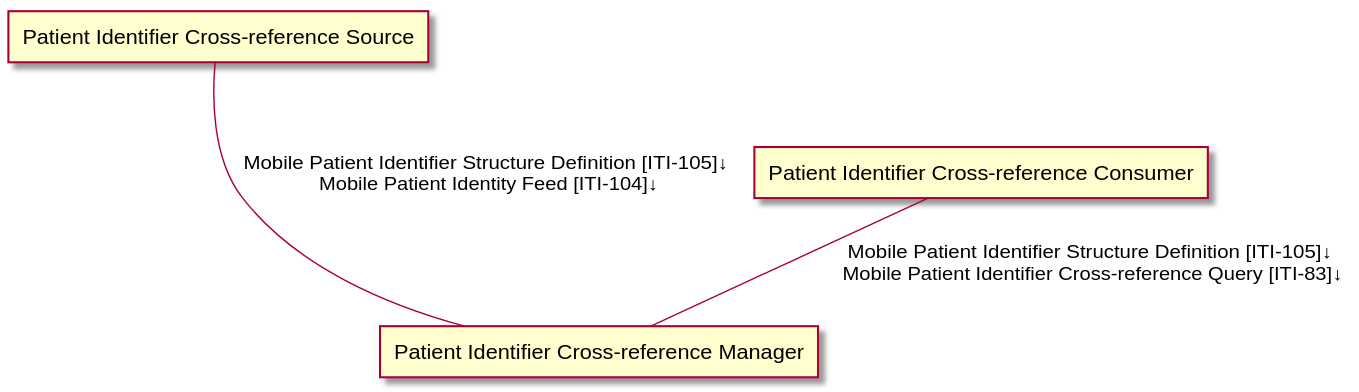
Earlier version of the PlantUML export input/images/ActorsAndTransactions.svg (IHE/ITI.PIXm).
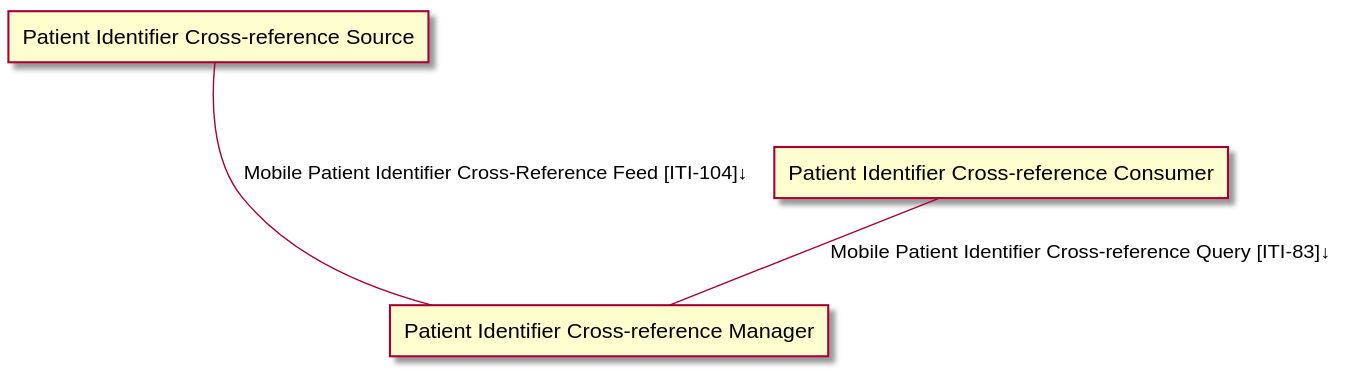
Later version of the same file.

Commit message:
removed TX for to retrieve the structure definition

Diff of the diagram source:
```diff
@@ -5,7 +5,7 @@
 agent "Patient Identifier Cross-reference Manager" as Manager
 
 
-Source --- Manager: "Mobile Patient Identifier Structure Definition [ITI-105]↓\n Mobile Patient Identity Feed [ITI-104]↓"
-Consumer -- Manager : "Mobile Patient Identifier Structure Definition [ITI-105]↓\n Mobile Patient Identifier Cross-reference Query [ITI-83]↓"
+Source --- Manager: "Mobile Patient Identifier Cross-Reference Feed [ITI-104]↓"
+Consumer -- Manager : "Mobile Patient Identifier Cross-reference Query [ITI-83]↓"
 
 @enduml
```
